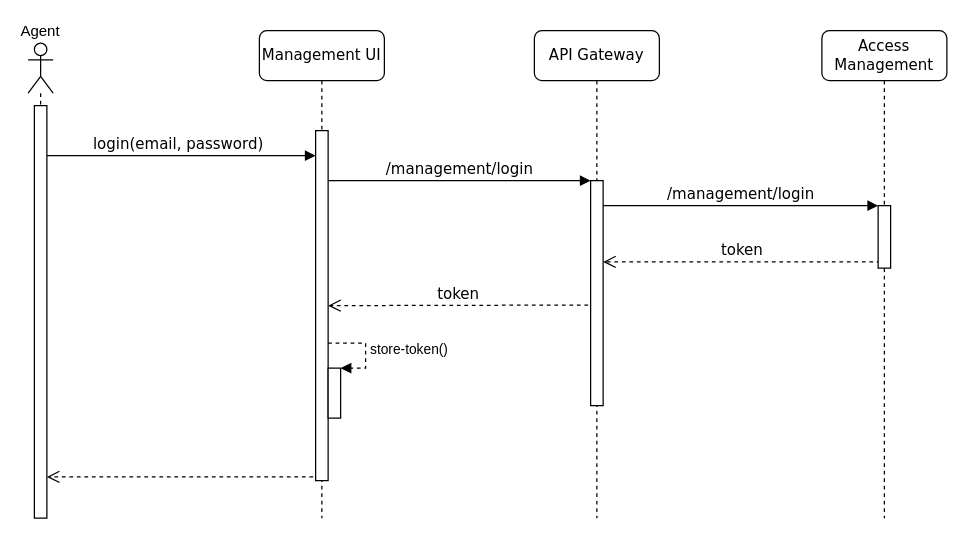
trackerforce/trackerforce-assets keeps this draw.io diagram as page "login" (1 of 3) of documentation/management_sequence.drawio. Above is the earlier version. Source tidied: cells renumbered, new cells numbered last; positions are measured from the earlier drawing's top-left corner, leaving out a move shared by most shapes. Both pictures are drawn from the tidied source at 125%, with x=0, y=0 at pixel (28, 30).
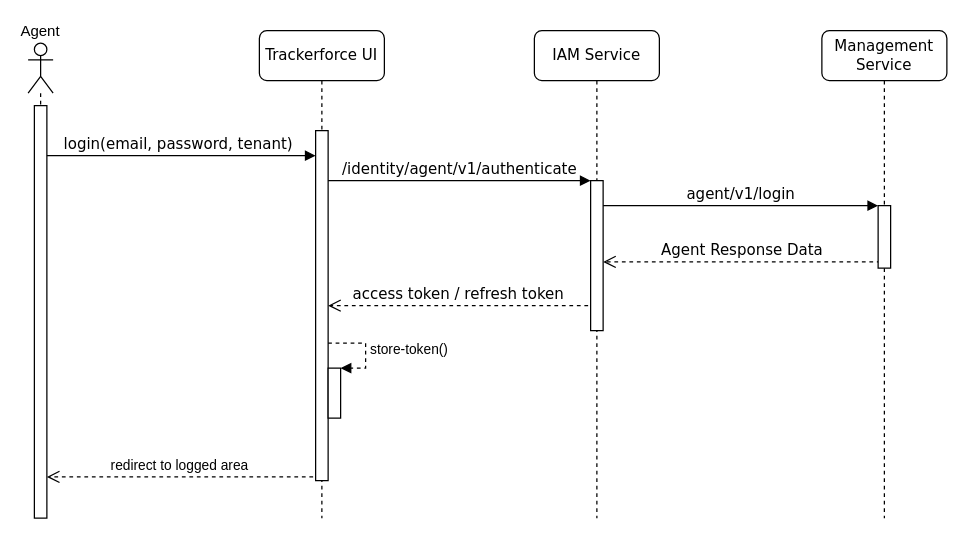
After the change.

Unchanged cells that the change refers to:
```xml
<mxCell id="7" style="html=1;points=[];perimeter=orthogonalPerimeter;rounded=0;shadow=0;comic=0;labelBackgroundColor=none;strokeWidth=1;fontFamily=Verdana;fontSize=12;align=center;" parent="6" vertex="1">
  <mxGeometry x="45" y="140" width="10" height="50" as="geometry" />
</mxCell>
<mxCell id="9" style="html=1;points=[];perimeter=orthogonalPerimeter;rounded=0;shadow=0;comic=0;labelBackgroundColor=none;strokeWidth=1;fontFamily=Verdana;fontSize=12;align=center;" parent="8" vertex="1">
  <mxGeometry x="45" y="80" width="10" height="280" as="geometry" />
</mxCell>
<mxCell id="13" value="Agent" style="shape=umlLifeline;participant=umlActor;perimeter=lifelinePerimeter;whiteSpace=wrap;html=1;verticalAlign=bottom;spacingTop=36;labelBackgroundColor=#ffffff;outlineConnect=0;labelPosition=center;verticalLabelPosition=top;align=center;" parent="1" vertex="1">
  <mxGeometry y="10" width="20" height="380" as="geometry" />
</mxCell>
<mxCell id="15" style="html=1;verticalAlign=bottom;endArrow=open;dashed=1;endSize=8;labelBackgroundColor=none;fontFamily=Verdana;fontSize=12;edgeStyle=elbowEdgeStyle;elbow=vertical;exitX=-0.2;exitY=0.989;exitDx=0;exitDy=0;exitPerimeter=0;" parent="1" edge="1" source="9" target="14">
  <mxGeometry relative="1" as="geometry" />
</mxCell>
```

What changed in the source:
```diff
@@
-    <mxCell id="2" value="token" style="html=1;verticalAlign=bottom;endArrow=open;dashed=1;endSize=8;labelBackgroundColor=none;fontFamily=Verdana;fontSize=12;edgeStyle=elbowEdgeStyle;elbow=vertical;exitX=0.2;exitY=0.9;exitDx=0;exitDy=0;exitPerimeter=0;" parent="1" edge="1" source="7" target="5">
+    <mxCell id="2" value="Agent Response Data" style="html=1;verticalAlign=bottom;endArrow=open;dashed=1;endSize=8;labelBackgroundColor=none;fontFamily=Verdana;fontSize=12;edgeStyle=elbowEdgeStyle;elbow=vertical;exitX=0.2;exitY=0.9;exitDx=0;exitDy=0;exitPerimeter=0;" parent="1" edge="1" source="7" target="5">
       <mxGeometry relative="1" as="geometry" />
     </mxCell>
-    <mxCell id="3" value="login(email, password)" style="html=1;verticalAlign=bottom;endArrow=block;entryX=0;entryY=0;labelBackgroundColor=none;fontFamily=Verdana;fontSize=12;edgeStyle=elbowEdgeStyle;elbow=vertical;" parent="1" edge="1" source="13">
+    <mxCell id="3" value="login(email, password, tenant)" style="html=1;verticalAlign=bottom;endArrow=block;entryX=0;entryY=0;labelBackgroundColor=none;fontFamily=Verdana;fontSize=12;edgeStyle=elbowEdgeStyle;elbow=vertical;" parent="1" edge="1" source="13">
       <mxGeometry relative="1" as="geometry">
         <mxPoint x="230" y="100" as="targetPoint" />
       </mxGeometry>
     </mxCell>
-    <mxCell id="4" value="API Gateway" style="shape=umlLifeline;perimeter=lifelinePerimeter;whiteSpace=wrap;html=1;rounded=1;shadow=0;comic=0;labelBackgroundColor=none;strokeWidth=1;fontFamily=Verdana;fontSize=12;align=center;" parent="1" vertex="1">
+    <mxCell id="4" value="IAM Service" style="shape=umlLifeline;perimeter=lifelinePerimeter;whiteSpace=wrap;html=1;rounded=1;shadow=0;comic=0;labelBackgroundColor=none;strokeWidth=1;fontFamily=Verdana;fontSize=12;align=center;" parent="1" vertex="1">
       <mxGeometry x="405" width="100" height="390" as="geometry" />
     </mxCell>
     <mxCell id="5" style="html=1;points=[];perimeter=orthogonalPerimeter;rounded=0;shadow=0;comic=0;labelBackgroundColor=none;strokeWidth=1;fontFamily=Verdana;fontSize=12;align=center;" parent="4" vertex="1">
-      <mxGeometry x="45" y="120" width="10" height="180" as="geometry" />
+      <mxGeometry x="45" y="120" width="10" height="120" as="geometry" />
     </mxCell>
-    <mxCell id="6" value="Access Management" style="shape=umlLifeline;perimeter=lifelinePerimeter;whiteSpace=wrap;html=1;rounded=1;shadow=0;comic=0;labelBackgroundColor=none;strokeWidth=1;fontFamily=Verdana;fontSize=12;align=center;" parent="1" vertex="1">
+    <mxCell id="6" value="Management Service" style="shape=umlLifeline;perimeter=lifelinePerimeter;whiteSpace=wrap;html=1;rounded=1;shadow=0;comic=0;labelBackgroundColor=none;strokeWidth=1;fontFamily=Verdana;fontSize=12;align=center;" parent="1" vertex="1">
       <mxGeometry x="635" width="100" height="390" as="geometry" />
     </mxCell>
@@
-    <mxCell id="8" value="Management UI" style="shape=umlLifeline;perimeter=lifelinePerimeter;whiteSpace=wrap;html=1;rounded=1;shadow=0;comic=0;labelBackgroundColor=none;strokeWidth=1;fontFamily=Verdana;fontSize=12;align=center;" parent="1" vertex="1">
+    <mxCell id="8" value="Trackerforce UI" style="shape=umlLifeline;perimeter=lifelinePerimeter;whiteSpace=wrap;html=1;rounded=1;shadow=0;comic=0;labelBackgroundColor=none;strokeWidth=1;fontFamily=Verdana;fontSize=12;align=center;" parent="1" vertex="1">
       <mxGeometry x="185" width="100" height="390" as="geometry" />
     </mxCell>
@@
-    <mxCell id="10" value="/management/login" style="html=1;verticalAlign=bottom;endArrow=block;entryX=0;entryY=0;labelBackgroundColor=none;fontFamily=Verdana;fontSize=12;edgeStyle=elbowEdgeStyle;elbow=vertical;" parent="1" edge="1" source="9" target="5">
+    <mxCell id="10" value="/identity/agent/v1/authenticate" style="html=1;verticalAlign=bottom;endArrow=block;entryX=0;entryY=0;labelBackgroundColor=none;fontFamily=Verdana;fontSize=12;edgeStyle=elbowEdgeStyle;elbow=vertical;" parent="1" edge="1" source="9" target="5">
       <mxGeometry relative="1" as="geometry" />
     </mxCell>
-    <mxCell id="11" value="/management/login" style="html=1;verticalAlign=bottom;endArrow=block;entryX=0;entryY=0;labelBackgroundColor=none;fontFamily=Verdana;fontSize=12;edgeStyle=elbowEdgeStyle;elbow=vertical;" parent="1" edge="1" source="5" target="7">
+    <mxCell id="11" value="agent/v1/login" style="html=1;verticalAlign=bottom;endArrow=block;entryX=0;entryY=0;labelBackgroundColor=none;fontFamily=Verdana;fontSize=12;edgeStyle=elbowEdgeStyle;elbow=vertical;" parent="1" edge="1" source="5" target="7">
       <mxGeometry relative="1" as="geometry" />
     </mxCell>
-    <mxCell id="12" value="token" style="html=1;verticalAlign=bottom;endArrow=open;dashed=1;endSize=8;labelBackgroundColor=none;fontFamily=Verdana;fontSize=12;edgeStyle=elbowEdgeStyle;elbow=vertical;exitX=-0.2;exitY=0.553;exitDx=0;exitDy=0;exitPerimeter=0;" parent="1" edge="1" source="5" target="9">
+    <mxCell id="12" value="access token / refresh token" style="html=1;verticalAlign=bottom;endArrow=open;dashed=1;endSize=8;labelBackgroundColor=none;fontFamily=Verdana;fontSize=12;edgeStyle=elbowEdgeStyle;elbow=vertical;" parent="1" edge="1" target="9">
       <mxGeometry relative="1" as="geometry">
+        <mxPoint x="448" y="220" as="sourcePoint" />
         <Array as="points">
           <mxPoint x="325" y="220" />
         </Array>
       </mxGeometry>
     </mxCell>
@@
+    <mxCell id="18" value="redirect to logged area" style="edgeLabel;html=1;align=center;verticalAlign=middle;" parent="15" vertex="1">
+      <mxGeometry x="-0.05" y="3" relative="1" as="geometry">
+        <mxPoint x="-6.6" y="-12.3" as="offset" />
+      </mxGeometry>
+    </mxCell>
```
